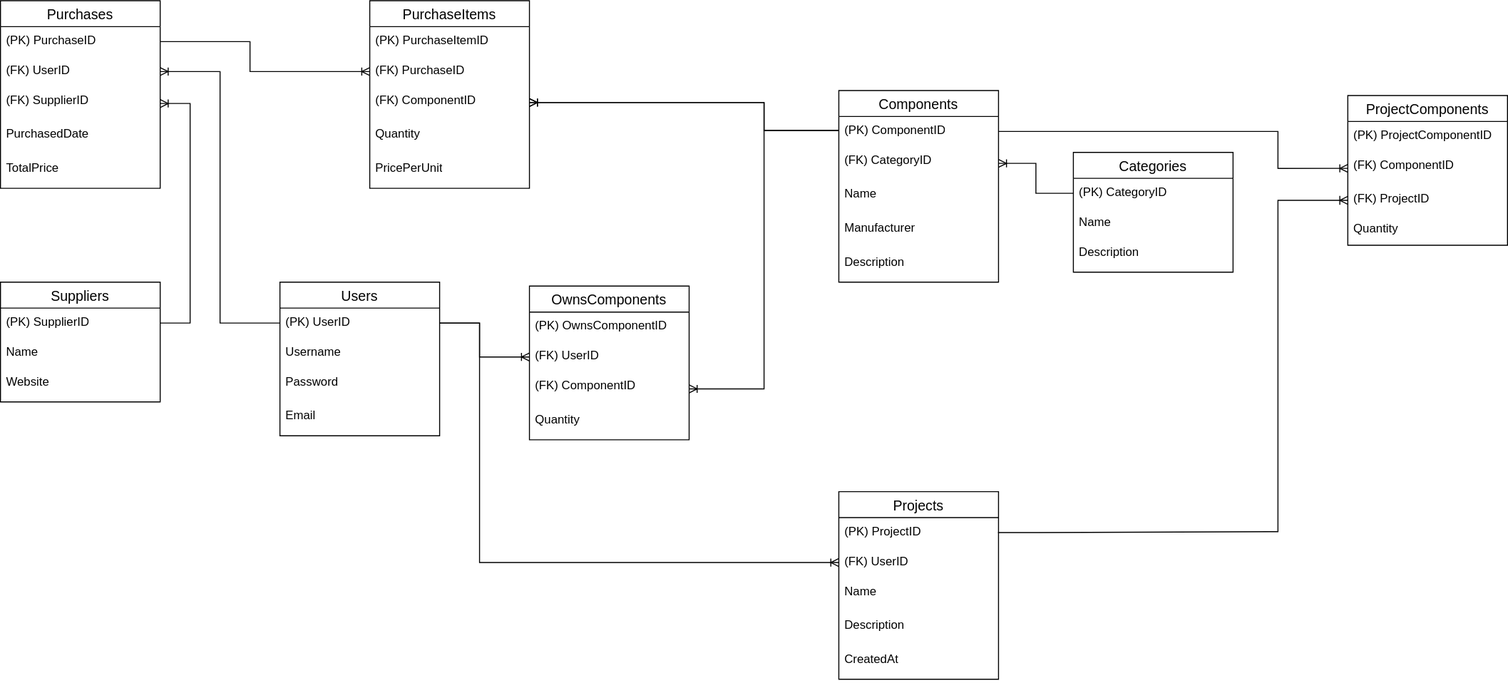
The draw.io diagram ElectroDepot/Server/Doc/Images/DBDiagram.svg in DarekKrawczyk/ElectronDepot, before a commit. Source tidied: cells renumbered, new cells last; positions are measured from the earlier drawing's top-left corner, leaving out a move shared by most shapes.
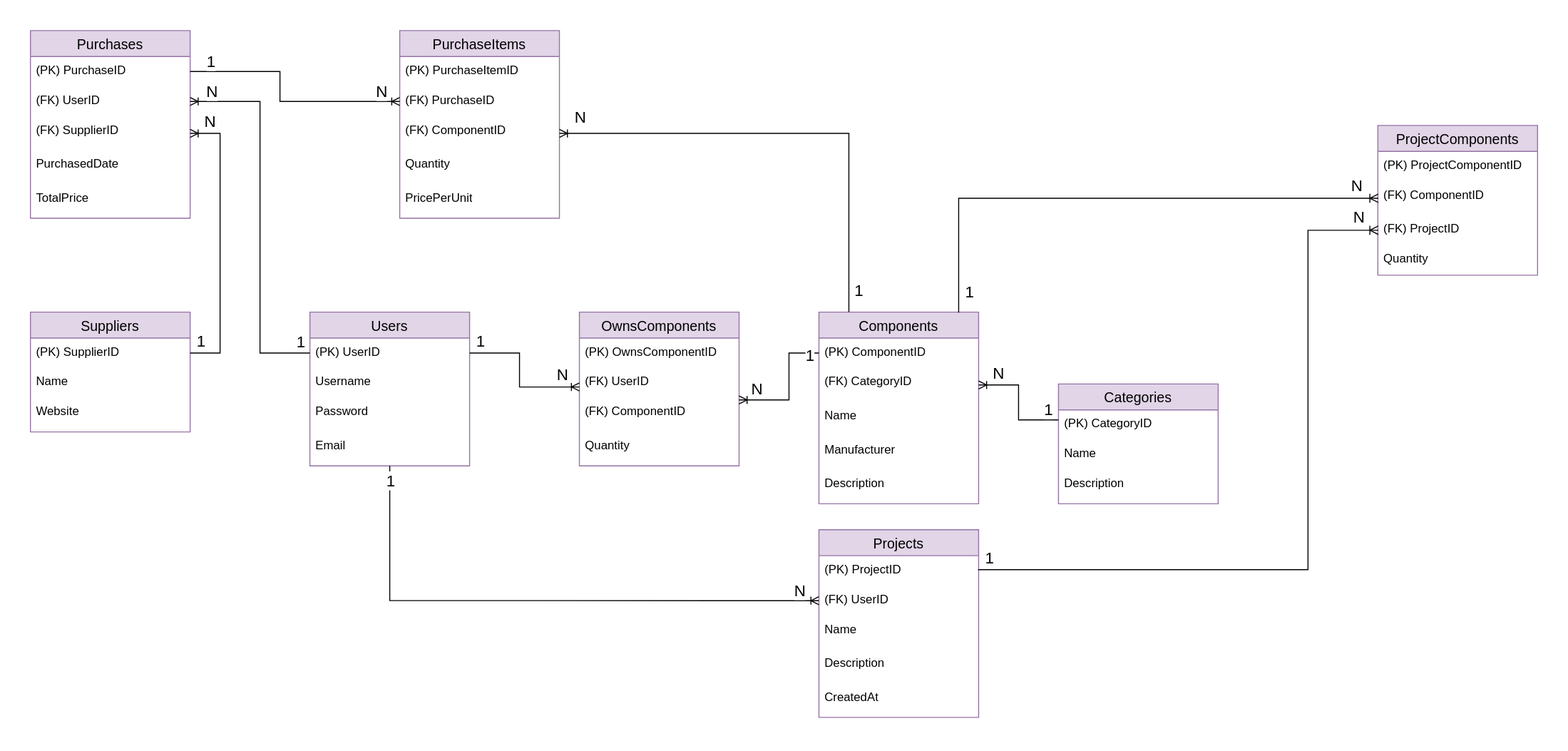
After the commit.

What changed in the source:
```diff
@@ -2,7 +2,7 @@
   <root>
     <mxCell id="0" />
     <mxCell id="1" parent="0" />
-    <mxCell id="2" value="Users" style="swimlane;fontStyle=0;horizontal=1;startSize=26;align=center;fontSize=14;" parent="1" vertex="1">
+    <mxCell id="2" value="Users" style="swimlane;fontStyle=0;horizontal=1;startSize=26;align=center;fontSize=14;fillColor=#e1d5e7;strokeColor=#9673a6;" parent="1" vertex="1">
       <mxGeometry x="300" y="282" width="160" height="154" as="geometry" />
     </mxCell>
     <mxCell id="3" value="(PK) UserID" style="text;strokeColor=none;fillColor=none;spacingLeft=4;spacingRight=4;overflow=hidden;points=[[0,0.5],[1,0.5]];portConstraint=eastwest;fontSize=12;whiteSpace=wrap;html=1;" parent="2" vertex="1">
@@ -17,8 +17,8 @@
     <mxCell id="6" value="Email" style="text;strokeColor=none;fillColor=none;spacingLeft=4;spacingRight=4;overflow=hidden;fontSize=12;whiteSpace=wrap;html=1;" parent="2" vertex="1">
       <mxGeometry y="120" width="160" height="34" as="geometry" />
     </mxCell>
-    <mxCell id="7" value="Components" style="swimlane;fontStyle=0;horizontal=1;startSize=26;align=center;fontSize=14;" parent="1" vertex="1">
-      <mxGeometry x="860" y="90" width="160" height="192" as="geometry" />
+    <mxCell id="7" value="Components" style="swimlane;fontStyle=0;horizontal=1;startSize=26;align=center;fontSize=14;fillColor=#e1d5e7;strokeColor=#9673a6;" parent="1" vertex="1">
+      <mxGeometry x="810" y="282" width="160" height="192" as="geometry" />
     </mxCell>
     <mxCell id="8" value="(PK) ComponentID" style="text;strokeColor=none;fillColor=none;spacingLeft=4;spacingRight=4;overflow=hidden;points=[[0,0.5],[1,0.5]];portConstraint=eastwest;fontSize=12;whiteSpace=wrap;html=1;" parent="7" vertex="1">
       <mxGeometry y="26" width="160" height="30" as="geometry" />
@@ -35,8 +35,8 @@
     <mxCell id="12" value="Description" style="text;strokeColor=none;fillColor=none;spacingLeft=4;spacingRight=4;overflow=hidden;fontSize=12;whiteSpace=wrap;html=1;" parent="7" vertex="1">
       <mxGeometry y="158" width="160" height="34" as="geometry" />
     </mxCell>
-    <mxCell id="13" value="Categories" style="swimlane;fontStyle=0;horizontal=1;startSize=26;align=center;fontSize=14;" parent="1" vertex="1">
-      <mxGeometry x="1095" y="152" width="160" height="120" as="geometry" />
+    <mxCell id="13" value="Categories" style="swimlane;fontStyle=0;horizontal=1;startSize=26;align=center;fontSize=14;fillColor=#e1d5e7;strokeColor=#9673a6;" parent="1" vertex="1">
+      <mxGeometry x="1050" y="354" width="160" height="120" as="geometry" />
     </mxCell>
     <mxCell id="14" value="(PK) CategoryID" style="text;strokeColor=none;fillColor=none;spacingLeft=4;spacingRight=4;overflow=hidden;points=[[0,0.5],[1,0.5]];portConstraint=eastwest;fontSize=12;whiteSpace=wrap;html=1;" parent="13" vertex="1">
       <mxGeometry y="26" width="160" height="30" as="geometry" />
@@ -47,8 +47,8 @@
     <mxCell id="16" value="Description" style="text;strokeColor=none;fillColor=none;spacingLeft=4;spacingRight=4;overflow=hidden;fontSize=12;whiteSpace=wrap;html=1;" parent="13" vertex="1">
       <mxGeometry y="86" width="160" height="34" as="geometry" />
     </mxCell>
-    <mxCell id="17" value="Projects" style="swimlane;fontStyle=0;horizontal=1;startSize=26;align=center;fontSize=14;" parent="1" vertex="1">
-      <mxGeometry x="860" y="492" width="160" height="188" as="geometry" />
+    <mxCell id="17" value="Projects" style="swimlane;fontStyle=0;horizontal=1;startSize=26;align=center;fontSize=14;fillColor=#e1d5e7;strokeColor=#9673a6;" parent="1" vertex="1">
+      <mxGeometry x="810" y="500" width="160" height="188" as="geometry" />
     </mxCell>
     <mxCell id="18" value="(PK) ProjectID" style="text;strokeColor=none;fillColor=none;spacingLeft=4;spacingRight=4;overflow=hidden;points=[[0,0.5],[1,0.5]];portConstraint=eastwest;fontSize=12;whiteSpace=wrap;html=1;" parent="17" vertex="1">
       <mxGeometry y="26" width="160" height="30" as="geometry" />
@@ -65,7 +65,7 @@
     <mxCell id="22" value="CreatedAt" style="text;strokeColor=none;fillColor=none;spacingLeft=4;spacingRight=4;overflow=hidden;fontSize=12;whiteSpace=wrap;html=1;" parent="17" vertex="1">
       <mxGeometry y="154" width="160" height="34" as="geometry" />
     </mxCell>
-    <mxCell id="23" value="ProjectComponents" style="swimlane;fontStyle=0;horizontal=1;startSize=26;align=center;fontSize=14;" parent="1" vertex="1">
+    <mxCell id="23" value="ProjectComponents" style="swimlane;fontStyle=0;horizontal=1;startSize=26;align=center;fontSize=14;fillColor=#e1d5e7;strokeColor=#9673a6;" parent="1" vertex="1">
       <mxGeometry x="1370" y="95" width="160" height="150" as="geometry" />
     </mxCell>
     <mxCell id="24" value="(PK) ProjectComponentID" style="text;strokeColor=none;fillColor=none;spacingLeft=4;spacingRight=4;overflow=hidden;fontSize=12;whiteSpace=wrap;html=1;" parent="23" vertex="1">
@@ -80,7 +80,7 @@
     <mxCell id="27" value="Quantity" style="text;strokeColor=none;fillColor=none;spacingLeft=4;spacingRight=4;overflow=hidden;fontSize=12;whiteSpace=wrap;html=1;" parent="23" vertex="1">
       <mxGeometry y="120" width="160" height="30" as="geometry" />
     </mxCell>
-    <mxCell id="28" value="Purchases" style="swimlane;fontStyle=0;horizontal=1;startSize=26;align=center;fontSize=14;" parent="1" vertex="1">
+    <mxCell id="28" value="Purchases" style="swimlane;fontStyle=0;horizontal=1;startSize=26;align=center;fontSize=14;fillColor=#e1d5e7;strokeColor=#9673a6;" parent="1" vertex="1">
       <mxGeometry x="20" width="160" height="188" as="geometry" />
     </mxCell>
     <mxCell id="29" value="(PK) PurchaseID" style="text;strokeColor=none;fillColor=none;spacingLeft=4;spacingRight=4;overflow=hidden;points=[[0,0.5],[1,0.5]];portConstraint=eastwest;fontSize=12;whiteSpace=wrap;html=1;" parent="28" vertex="1">
@@ -98,7 +98,7 @@
     <mxCell id="33" value="TotalPrice" style="text;strokeColor=none;fillColor=none;spacingLeft=4;spacingRight=4;overflow=hidden;fontSize=12;whiteSpace=wrap;html=1;" parent="28" vertex="1">
       <mxGeometry y="154" width="160" height="34" as="geometry" />
     </mxCell>
-    <mxCell id="34" value="PurchaseItems" style="swimlane;fontStyle=0;horizontal=1;startSize=26;align=center;fontSize=14;" parent="1" vertex="1">
+    <mxCell id="34" value="PurchaseItems" style="swimlane;fontStyle=0;horizontal=1;startSize=26;align=center;fontSize=14;fillColor=#e1d5e7;strokeColor=#9673a6;" parent="1" vertex="1">
       <mxGeometry x="390" width="160" height="188" as="geometry" />
     </mxCell>
     <mxCell id="35" value="(PK) PurchaseItemID" style="text;strokeColor=none;fillColor=none;spacingLeft=4;spacingRight=4;overflow=hidden;fontSize=12;whiteSpace=wrap;html=1;" parent="34" vertex="1">
@@ -116,7 +116,7 @@
     <mxCell id="39" value="PricePerUnit" style="text;strokeColor=none;fillColor=none;spacingLeft=4;spacingRight=4;overflow=hidden;fontSize=12;whiteSpace=wrap;html=1;" parent="34" vertex="1">
       <mxGeometry y="154" width="160" height="34" as="geometry" />
     </mxCell>
-    <mxCell id="40" value="Suppliers" style="swimlane;fontStyle=0;horizontal=1;startSize=26;align=center;fontSize=14;" parent="1" vertex="1">
+    <mxCell id="40" value="Suppliers" style="swimlane;fontStyle=0;horizontal=1;startSize=26;align=center;fontSize=14;fillColor=#e1d5e7;strokeColor=#9673a6;" parent="1" vertex="1">
       <mxGeometry x="20" y="282" width="160" height="120" as="geometry" />
     </mxCell>
     <mxCell id="41" value="(PK) SupplierID" style="text;strokeColor=none;fillColor=none;spacingLeft=4;spacingRight=4;overflow=hidden;points=[[0,0.5],[1,0.5]];portConstraint=eastwest;fontSize=12;whiteSpace=wrap;html=1;" parent="40" vertex="1">
@@ -129,8 +129,23 @@
       <mxGeometry y="86" width="160" height="34" as="geometry" />
     </mxCell>
     <mxCell id="44" style="edgeStyle=orthogonalEdgeStyle;fontSize=12;html=1;endArrow=ERoneToMany;rounded=0;jumpStyle=arc;" parent="1" edge="1" source="3" target="30">
-      <mxGeometry relative="1" as="geometry" />
+      <mxGeometry relative="1" as="geometry">
+        <Array as="points">
+          <mxPoint x="250" y="323" />
+          <mxPoint x="250" y="71" />
+        </Array>
+      </mxGeometry>
     </mxCell>
+    <mxCell id="60" value="1" style="edgeLabel;html=1;align=center;verticalAlign=middle;fontSize=16;" parent="44" vertex="1">
+      <mxGeometry x="-0.43" y="2" relative="1" as="geometry">
+        <mxPoint x="42" y="43" as="offset" />
+      </mxGeometry>
+    </mxCell>
+    <mxCell id="61" value="N" style="edgeLabel;html=1;align=center;verticalAlign=middle;fontSize=16;" parent="44" vertex="1">
+      <mxGeometry x="0.85" y="2" relative="1" as="geometry">
+        <mxPoint x="-8" y="-13" as="offset" />
+      </mxGeometry>
+    </mxCell>
     <mxCell id="45" style="edgeStyle=orthogonalEdgeStyle;fontSize=12;html=1;endArrow=ERoneToMany;rounded=0;" parent="1" edge="1" source="29" target="36">
       <mxGeometry relative="1" as="geometry">
         <Array as="points">
@@ -139,35 +154,62 @@
         </Array>
       </mxGeometry>
     </mxCell>
+    <mxCell id="62" value="1" style="edgeLabel;html=1;align=center;verticalAlign=middle;fontSize=16;" parent="45" vertex="1">
+      <mxGeometry x="-0.86" y="2" relative="1" as="geometry">
+        <mxPoint x="3" y="-9" as="offset" />
+      </mxGeometry>
+    </mxCell>
+    <mxCell id="63" value="N" style="edgeLabel;html=1;align=center;verticalAlign=middle;fontSize=16;" parent="45" vertex="1">
+      <mxGeometry x="0.74" y="2" relative="1" as="geometry">
+        <mxPoint x="11" y="-9" as="offset" />
+      </mxGeometry>
+    </mxCell>
     <mxCell id="46" style="edgeStyle=entityRelationEdgeStyle;fontSize=12;html=1;endArrow=ERoneToMany;rounded=0;" parent="1" edge="1" source="41" target="31">
       <mxGeometry relative="1" as="geometry">
         <Array as="points">
-          <mxPoint x="150" y="270" />
-          <mxPoint y="330" />
-          <mxPoint y="230" />
+          <mxPoint x="200" y="327" />
+          <mxPoint x="221" y="223" />
+          <mxPoint x="220" y="210" />
+          <mxPoint x="270" y="267" />
+          <mxPoint x="270" y="277" />
+          <mxPoint x="230" y="217" />
+          <mxPoint x="250" y="217" />
+          <mxPoint x="270" y="277" />
+          <mxPoint x="50" y="387" />
+          <mxPoint x="50" y="287" />
         </Array>
       </mxGeometry>
     </mxCell>
-    <mxCell id="47" style="edgeStyle=orthogonalEdgeStyle;fontSize=12;html=1;endArrow=ERoneToMany;startArrow=none;rounded=0;startFill=0;strokeColor=default;entryX=0;entryY=0.5;entryDx=0;entryDy=0;" parent="1" edge="1" source="8" target="25">
-      <mxGeometry relative="1" as="geometry">
-        <Array as="points">
-          <mxPoint x="1300" y="131" />
-          <mxPoint x="1300" y="168" />
-        </Array>
-      </mxGeometry>
-    </mxCell>
+    <mxCell id="64" value="1" style="edgeLabel;html=1;align=center;verticalAlign=middle;fontSize=16;" parent="46" vertex="1">
+      <mxGeometry x="-0.87" y="-1" relative="1" as="geometry">
+        <mxPoint x="-8" y="-14" as="offset" />
+      </mxGeometry>
+    </mxCell>
+    <mxCell id="65" value="N" style="edgeLabel;html=1;align=center;verticalAlign=middle;fontSize=16;" parent="46" vertex="1">
+      <mxGeometry x="0.87" y="1" relative="1" as="geometry">
+        <mxPoint x="1" y="-14" as="offset" />
+      </mxGeometry>
+    </mxCell>
     <mxCell id="48" style="edgeStyle=orthogonalEdgeStyle;fontSize=12;html=1;endArrow=ERoneToMany;rounded=0;linejoin=miter-clip;linecap=square;" parent="1" edge="1" source="18" target="26">
       <mxGeometry relative="1" as="geometry">
         <Array as="points">
-          <mxPoint x="1060" y="533" />
-          <mxPoint x="1060" y="532" />
-          <mxPoint x="1300" y="532" />
+          <mxPoint x="1300" y="540" />
           <mxPoint x="1300" y="200" />
         </Array>
       </mxGeometry>
     </mxCell>
+    <mxCell id="66" value="1" style="edgeLabel;html=1;align=center;verticalAlign=middle;fontSize=16;" parent="48" vertex="1">
+      <mxGeometry x="-0.91" y="-2" relative="1" as="geometry">
+        <mxPoint x="-23" y="-15" as="offset" />
+      </mxGeometry>
+    </mxCell>
+    <mxCell id="67" value="N" style="edgeLabel;html=1;align=center;verticalAlign=middle;fontSize=16;" parent="48" vertex="1">
+      <mxGeometry x="0.91" y="-1" relative="1" as="geometry">
+        <mxPoint x="15" y="-15" as="offset" />
+      </mxGeometry>
+    </mxCell>
-    <mxCell id="49" value="OwnsComponents" style="swimlane;fontStyle=0;horizontal=1;startSize=26;align=center;fontSize=14;" parent="1" vertex="1">
-      <mxGeometry x="550" y="286" width="160" height="154" as="geometry" />
+    <mxCell id="49" value="OwnsComponents" style="swimlane;fontStyle=0;horizontal=1;startSize=26;align=center;fontSize=14;fillColor=#e1d5e7;strokeColor=#9673a6;" parent="1" vertex="1">
+      <mxGeometry x="570" y="282" width="160" height="154" as="geometry" />
     </mxCell>
     <mxCell id="50" value="(PK) OwnsComponentID" style="text;strokeColor=none;fillColor=none;spacingLeft=4;spacingRight=4;overflow=hidden;fontSize=12;whiteSpace=wrap;html=1;" parent="49" vertex="1">
       <mxGeometry y="26" width="160" height="30" as="geometry" />
@@ -184,46 +226,99 @@
     <mxCell id="54" style="edgeStyle=orthogonalEdgeStyle;fontSize=12;html=1;endArrow=ERoneToMany;rounded=0;jumpStyle=arc;" parent="1" edge="1" source="3" target="51">
       <mxGeometry relative="1" as="geometry">
         <Array as="points">
-          <mxPoint x="500" y="323" />
-          <mxPoint x="500" y="357" />
+          <mxPoint x="510" y="323" />
+          <mxPoint x="510" y="357" />
         </Array>
       </mxGeometry>
     </mxCell>
+    <mxCell id="68" value="1" style="edgeLabel;html=1;align=center;verticalAlign=middle;fontSize=16;" parent="54" vertex="1">
+      <mxGeometry x="-0.68" y="1" relative="1" as="geometry">
+        <mxPoint x="-13" y="-12" as="offset" />
+      </mxGeometry>
+    </mxCell>
+    <mxCell id="69" value="N" style="edgeLabel;html=1;align=center;verticalAlign=middle;fontSize=16;" parent="54" vertex="1">
+      <mxGeometry x="0.53" relative="1" as="geometry">
+        <mxPoint x="16" y="-13" as="offset" />
+      </mxGeometry>
+    </mxCell>
+    <mxCell id="57" value="1" style="edgeStyle=orthogonalEdgeStyle;fontSize=16;html=1;endArrow=ERoneToMany;rounded=0;jumpStyle=arc;" parent="1" edge="1" source="14" target="9">
+      <mxGeometry x="-0.83" y="-10" relative="1" as="geometry">
+        <Array as="points">
+          <mxPoint x="1010" y="390" />
+          <mxPoint x="1010" y="355" />
+        </Array>
+      </mxGeometry>
+    </mxCell>
+    <mxCell id="70" value="N" style="edgeLabel;html=1;align=center;verticalAlign=middle;fontSize=16;" parent="57" vertex="1">
+      <mxGeometry x="0.64" y="-1" relative="1" as="geometry">
+        <mxPoint x="-1" y="-12" as="offset" />
+      </mxGeometry>
+    </mxCell>
     <mxCell id="55" style="edgeStyle=orthogonalEdgeStyle;fontSize=12;html=1;endArrow=ERoneToMany;rounded=0;jumpStyle=arc;" parent="1" edge="1" source="8" target="52">
       <mxGeometry relative="1" as="geometry">
         <Array as="points">
-          <mxPoint x="785" y="130" />
-          <mxPoint x="785" y="389" />
+          <mxPoint x="780" y="323" />
+          <mxPoint x="780" y="370" />
         </Array>
       </mxGeometry>
     </mxCell>
-    <mxCell id="56" style="edgeStyle=orthogonalEdgeStyle;fontSize=12;html=1;endArrow=ERoneToMany;rounded=0;jumpStyle=arc;" parent="1" edge="1" source="8" target="37">
-      <mxGeometry relative="1" as="geometry">
-        <Array as="points">
-          <mxPoint x="785" y="130" />
-          <mxPoint x="785" y="102" />
-        </Array>
-      </mxGeometry>
-    </mxCell>
-    <mxCell id="57" style="edgeStyle=orthogonalEdgeStyle;fontSize=12;html=1;endArrow=ERoneToMany;rounded=0;jumpStyle=arc;" parent="1" edge="1" source="14" target="9">
-      <mxGeometry relative="1" as="geometry" />
-    </mxCell>
-    <mxCell id="58" style="edgeStyle=orthogonalEdgeStyle;fontSize=12;html=1;endArrow=ERoneToMany;rounded=0;jumpStyle=arc;" parent="1" edge="1" source="3" target="19">
-      <mxGeometry relative="1" as="geometry">
-        <Array as="points">
-          <mxPoint x="500" y="323" />
-          <mxPoint x="500" y="563" />
-        </Array>
-      </mxGeometry>
-    </mxCell>
-    <mxCell id="59" style="edgeStyle=orthogonalEdgeStyle;fontSize=12;html=1;endArrow=ERoneToMany;rounded=0;jumpStyle=arc;" parent="1" edge="1" target="37">
-      <mxGeometry relative="1" as="geometry">
-        <mxPoint x="860" y="130" as="sourcePoint" />
-        <Array as="points">
-          <mxPoint x="785" y="130" />
-          <mxPoint x="785" y="102" />
-        </Array>
-      </mxGeometry>
-    </mxCell>
+    <mxCell id="71" value="1" style="edgeLabel;html=1;align=center;verticalAlign=middle;fontSize=16;" parent="55" vertex="1">
+      <mxGeometry x="-0.68" y="1" relative="1" as="geometry">
+        <mxPoint x="10" as="offset" />
+      </mxGeometry>
+    </mxCell>
+    <mxCell id="72" value="N" style="edgeLabel;html=1;align=center;verticalAlign=middle;fontSize=16;" parent="55" vertex="1">
+      <mxGeometry x="0.53" relative="1" as="geometry">
+        <mxPoint x="-13" y="-12" as="offset" />
+      </mxGeometry>
+    </mxCell>
+    <mxCell id="73" value="1" style="edgeStyle=orthogonalEdgeStyle;fontSize=16;html=1;endArrow=ERoneToMany;rounded=0;jumpStyle=arc;" parent="1" edge="1" source="7" target="37">
+      <mxGeometry x="-0.91" y="-10" relative="1" as="geometry">
+        <Array as="points">
+          <mxPoint x="840" y="103" />
+        </Array>
+      </mxGeometry>
+    </mxCell>
+    <mxCell id="74" value="N" style="edgeLabel;html=1;align=center;verticalAlign=middle;fontSize=16;" parent="73" vertex="1">
+      <mxGeometry x="0.64" y="-1" relative="1" as="geometry">
+        <mxPoint x="-64" y="-16" as="offset" />
+      </mxGeometry>
+    </mxCell>
+    <mxCell id="75" style="edgeStyle=orthogonalEdgeStyle;fontSize=12;html=1;endArrow=ERoneToMany;rounded=0;jumpStyle=arc;" parent="1" edge="1">
+      <mxGeometry relative="1" as="geometry">
+        <mxPoint x="380" y="436" as="sourcePoint" />
+        <mxPoint x="810" y="571" as="targetPoint" />
+        <Array as="points">
+          <mxPoint x="380" y="571" />
+        </Array>
+      </mxGeometry>
+    </mxCell>
+    <mxCell id="76" value="1" style="edgeLabel;html=1;align=center;verticalAlign=middle;fontSize=16;" parent="75" vertex="1">
+      <mxGeometry x="-0.68" y="1" relative="1" as="geometry">
+        <mxPoint x="-1" y="-78" as="offset" />
+      </mxGeometry>
+    </mxCell>
+    <mxCell id="77" value="N" style="edgeLabel;html=1;align=center;verticalAlign=middle;fontSize=16;" parent="75" vertex="1">
+      <mxGeometry x="0.53" relative="1" as="geometry">
+        <mxPoint x="114" y="-11" as="offset" />
+      </mxGeometry>
+    </mxCell>
+    <mxCell id="78" style="edgeStyle=orthogonalEdgeStyle;fontSize=12;html=1;endArrow=ERoneToMany;rounded=0;linejoin=miter-clip;linecap=square;" parent="1" edge="1" source="7" target="25">
+      <mxGeometry relative="1" as="geometry">
+        <Array as="points">
+          <mxPoint x="950" y="168" />
+        </Array>
+      </mxGeometry>
+    </mxCell>
+    <mxCell id="79" value="1" style="edgeLabel;html=1;align=center;verticalAlign=middle;fontSize=16;" parent="78" vertex="1">
+      <mxGeometry x="-0.91" y="-2" relative="1" as="geometry">
+        <mxPoint x="8" y="2" as="offset" />
+      </mxGeometry>
+    </mxCell>
+    <mxCell id="80" value="N" style="edgeLabel;html=1;align=center;verticalAlign=middle;fontSize=16;" parent="78" vertex="1">
+      <mxGeometry x="0.91" y="-1" relative="1" as="geometry">
+        <mxPoint x="4" y="-15" as="offset" />
+      </mxGeometry>
+    </mxCell>
   </root>
 </mxGraphModel>
```
